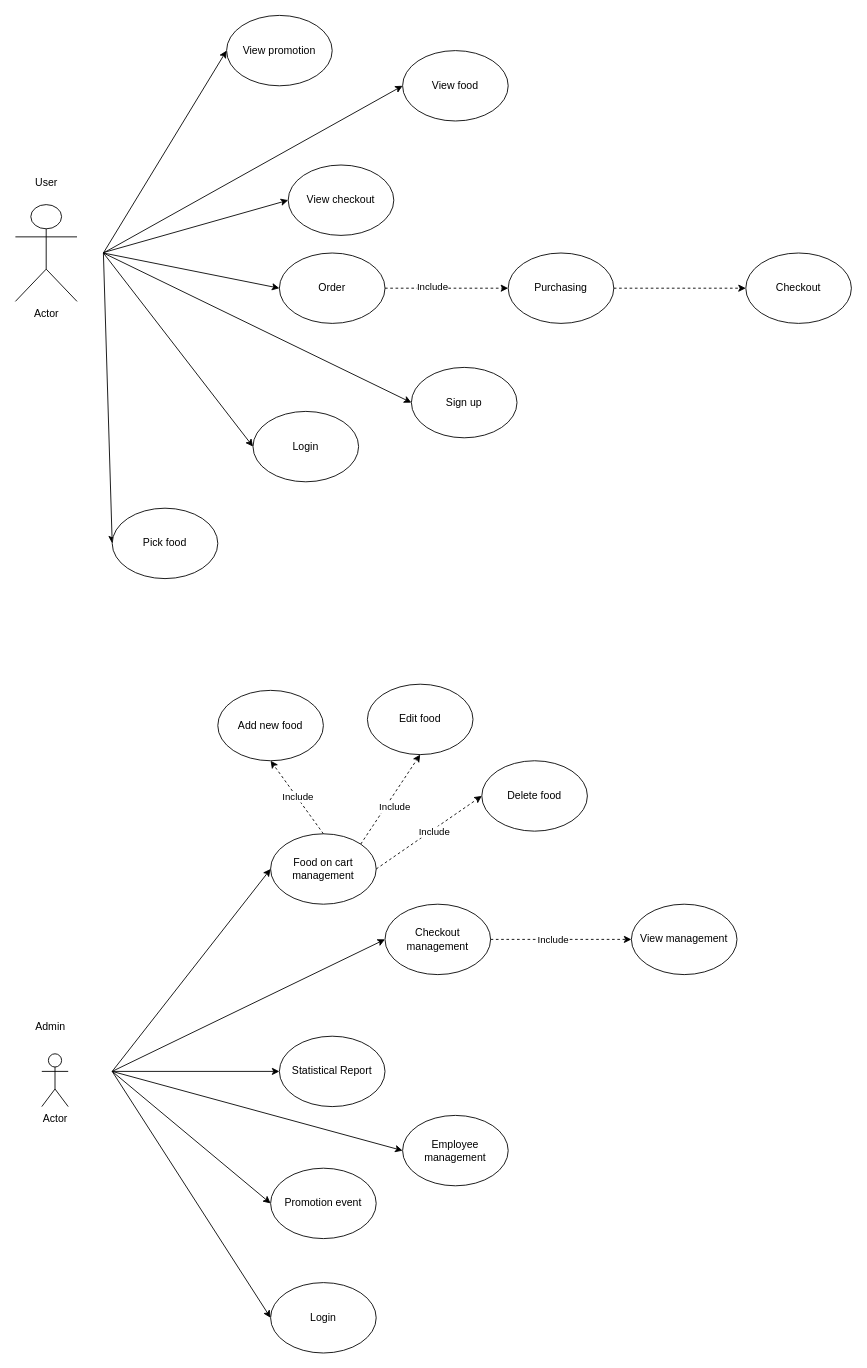
This is Untitled Diagram.drawio from tan0976861/PRN292, a draw.io file, before an edit. Source tidied: cells renumbered, new cells numbered last; positions are measured from the earlier drawing's top-left corner, leaving out a move shared by most shapes. Both pictures are drawn from the tidied source at 88%, with x=0, y=0 at pixel (15, 15).
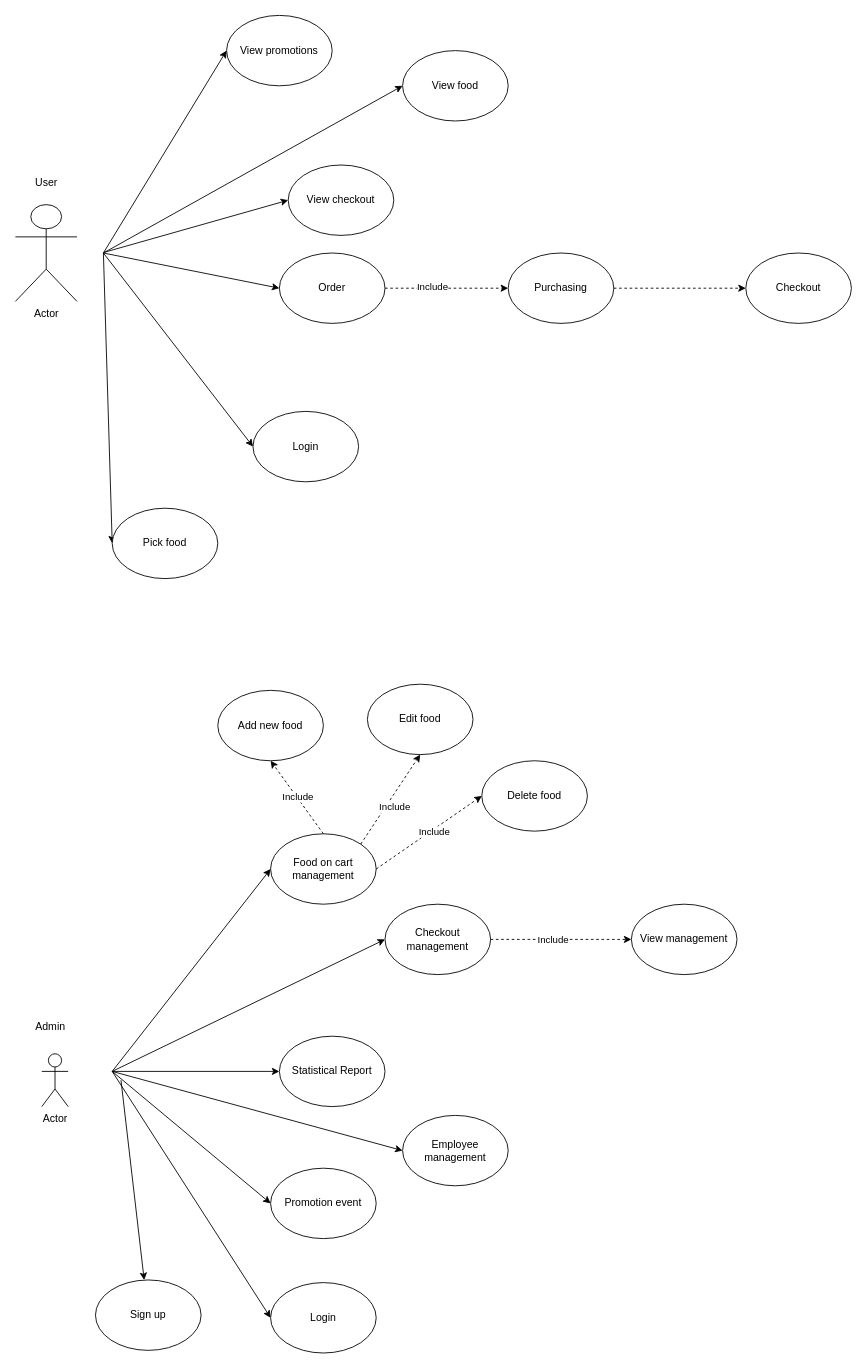
After the change.

What changed in the source:
```diff
@@
-    <mxCell id="12" value="Sign up" style="ellipse;whiteSpace=wrap;html=1;" parent="1" vertex="1">
-      <mxGeometry x="450" y="400" width="120" height="80" as="geometry" />
-    </mxCell>
-    <mxCell id="13" value="View promotion" style="ellipse;whiteSpace=wrap;html=1;" parent="1" vertex="1">
+    <mxCell id="13" value="View promotions" style="ellipse;whiteSpace=wrap;html=1;" parent="1" vertex="1">
       <mxGeometry x="240" width="120" height="80" as="geometry" />
     </mxCell>
@@
-    <mxCell id="16" style="endArrow=classic;html=1;entryX=0;entryY=0.5;entryDx=0;entryDy=0;" parent="1" edge="1" target="12">
-      <mxGeometry relative="1" as="geometry">
-        <mxPoint x="100" y="270" as="sourcePoint" />
-      </mxGeometry>
-    </mxCell>
@@
+    <mxCell id="12" value="Sign up" style="ellipse;whiteSpace=wrap;html=1;" parent="1" vertex="1">
+      <mxGeometry x="91" y="1437" width="120" height="80" as="geometry" />
+    </mxCell>
+    <mxCell id="49" style="endArrow=classic;html=1;" parent="1" edge="1" target="12">
+      <mxGeometry relative="1" as="geometry">
+        <mxPoint x="120" y="1210" as="sourcePoint" />
+      </mxGeometry>
+    </mxCell>
```
